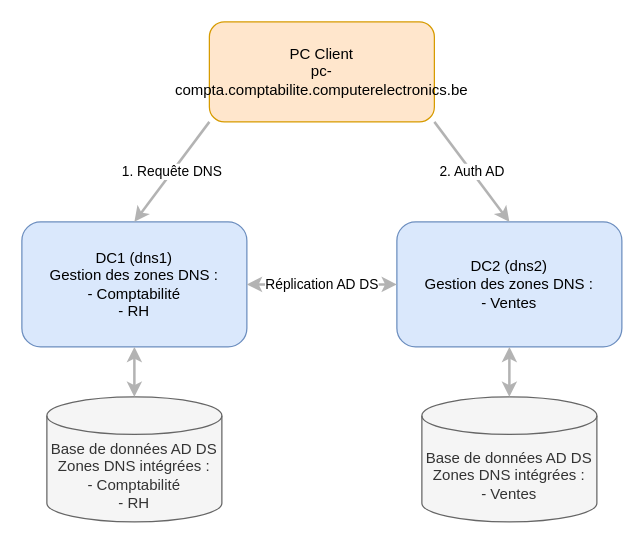
Before: diagrams/integration_dns_ad.drawio in choquitofrito/ActiveDirectory, a draw.io diagram. Source tidied: cells renumbered, new cells numbered last; positions are measured from the earlier drawing's top-left corner, leaving out a move shared by most shapes. Both pictures are drawn from the tidied source at 125%, with x=0, y=0 at pixel (21, 21).
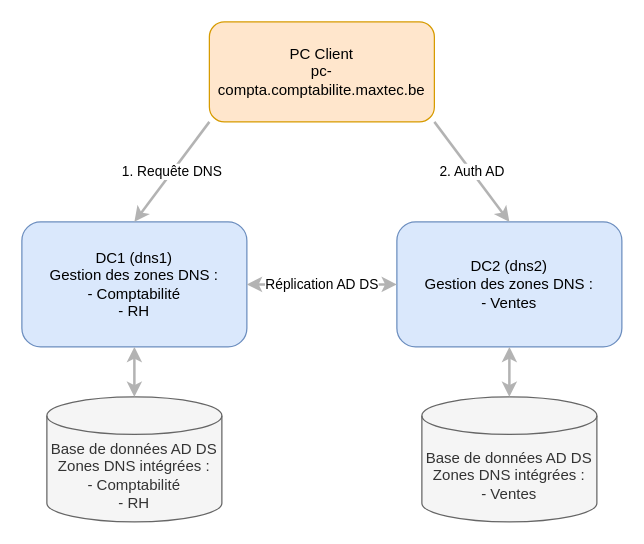
After the change.

Change to the diagram source:
```diff
@@
 <mxGraphModel>
   <root>
     <mxCell id="0" />
     <mxCell id="1" parent="0" />
     <mxCell id="2" value="DC1 (dns1)&#10;Gestion des zones DNS :&#10;- Comptabilité&#10;- RH" style="rounded=1;whiteSpace=wrap;html=1;fillColor=#dae8fc;strokeColor=#6c8ebf;" parent="1" vertex="1">
       <mxGeometry y="160" width="180" height="100" as="geometry" />
     </mxCell>
     <mxCell id="3" value="DC2 (dns2)&#10;Gestion des zones DNS :&#10;- Ventes" style="rounded=1;whiteSpace=wrap;html=1;fillColor=#dae8fc;strokeColor=#6c8ebf;" parent="1" vertex="1">
       <mxGeometry x="300" y="160" width="180" height="100" as="geometry" />
     </mxCell>
     <mxCell id="4" value="Base de données AD DS&#10;Zones DNS intégrées :&#10;- Comptabilité&#10;- RH" style="shape=cylinder3;whiteSpace=wrap;html=1;boundedLbl=1;backgroundOutline=1;size=15;fillColor=#f5f5f5;strokeColor=#666666;fontColor=#333333;" parent="1" vertex="1">
       <mxGeometry x="20" y="300" width="140" height="100" as="geometry" />
     </mxCell>
     <mxCell id="5" value="Base de données AD DS&#10;Zones DNS intégrées :&#10;- Ventes" style="shape=cylinder3;whiteSpace=wrap;html=1;boundedLbl=1;backgroundOutline=1;size=15;fillColor=#f5f5f5;strokeColor=#666666;fontColor=#333333;" parent="1" vertex="1">
       <mxGeometry x="320" y="300" width="140" height="100" as="geometry" />
     </mxCell>
-    <mxCell id="6" value="PC Client&#10;pc-compta.comptabilite.computerelectronics.be" style="rounded=1;whiteSpace=wrap;html=1;fillColor=#ffe6cc;strokeColor=#d79b00;" parent="1" vertex="1">
+    <mxCell id="6" value="PC Client&#10;pc-compta.comptabilite.maxtec.be" style="rounded=1;whiteSpace=wrap;html=1;fillColor=#ffe6cc;strokeColor=#d79b00;" parent="1" vertex="1">
       <mxGeometry x="150" width="180" height="80" as="geometry" />
     </mxCell>
     <mxCell id="7" value="Réplication AD DS" style="endArrow=classic;startArrow=classic;html=1;rounded=0;entryX=0;entryY=0.5;entryDx=0;entryDy=0;exitX=1;exitY=0.5;exitDx=0;exitDy=0;strokeColor=#B3B3B3;strokeWidth=2;" parent="1" edge="1" source="2" target="3">
       <mxGeometry relative="1" as="geometry" />
     </mxCell>
     <mxCell id="8" style="endArrow=classic;startArrow=classic;html=1;rounded=0;entryX=0.5;entryY=1;entryDx=0;entryDy=0;exitX=0.5;exitY=0;exitDx=0;exitDy=0;strokeColor=#B3B3B3;strokeWidth=2;" parent="1" edge="1" source="4" target="2">
       <mxGeometry relative="1" as="geometry" />
     </mxCell>
     <mxCell id="9" style="endArrow=classic;startArrow=classic;html=1;rounded=0;entryX=0.5;entryY=1;entryDx=0;entryDy=0;exitX=0.5;exitY=0;exitDx=0;exitDy=0;strokeColor=#B3B3B3;strokeWidth=2;" parent="1" edge="1" source="5" target="3">
       <mxGeometry relative="1" as="geometry" />
     </mxCell>
     <mxCell id="10" value="1. Requête DNS" style="endArrow=classic;html=1;rounded=0;entryX=0.5;entryY=0;entryDx=0;entryDy=0;exitX=0;exitY=1;exitDx=0;exitDy=0;strokeColor=#B3B3B3;strokeWidth=2;" parent="1" edge="1" source="6" target="2">
       <mxGeometry relative="1" as="geometry" />
     </mxCell>
     <mxCell id="11" value="2. Auth AD" style="endArrow=classic;html=1;rounded=0;entryX=0.5;entryY=0;entryDx=0;entryDy=0;exitX=1;exitY=1;exitDx=0;exitDy=0;strokeColor=#B3B3B3;strokeWidth=2;" parent="1" edge="1" source="6" target="3">
       <mxGeometry relative="1" as="geometry" />
     </mxCell>
   </root>
 </mxGraphModel>
```
